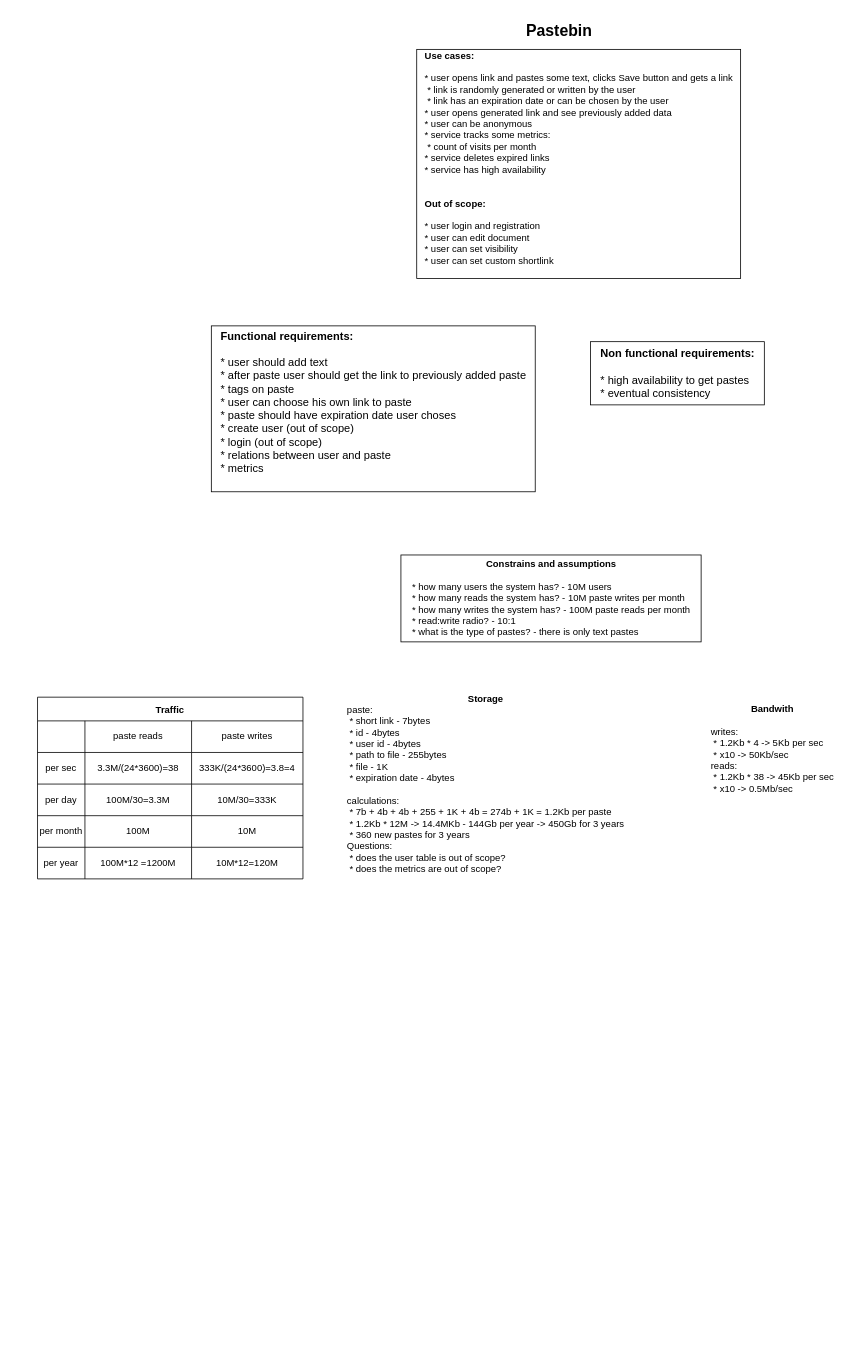
Before: src/main/resources/systemDesign/drawio/Pastebin.drawio in yakovshmidt/algo-problems, a draw.io diagram. Source tidied: cells renumbered, new cells numbered last; positions are measured from the earlier drawing's top-left corner, leaving out a move shared by most shapes. Both pictures are drawn from the tidied source at 79%, with x=0, y=0 at pixel (37, 13).
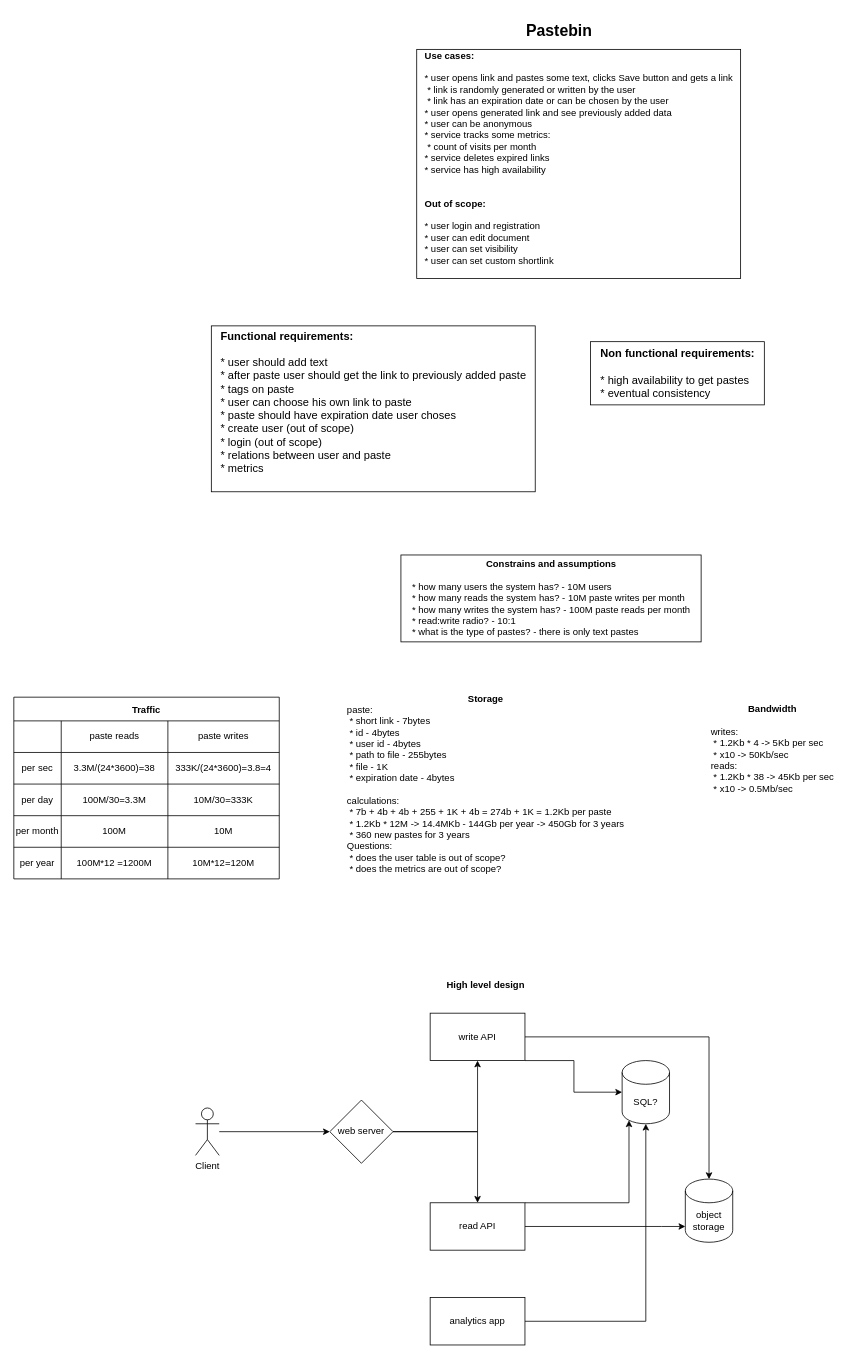
After the change.

Commit message:
feat: create high level design

Diff of the diagram source:
```diff
@@
     <mxCell id="7" value="Traffic" style="shape=table;startSize=30;childLayout=tableLayout;fontStyle=1;align=center;rounded=0;shadow=0;glass=0;sketch=0;fillStyle=auto;strokeColor=default;fillColor=default;gradientColor=none;" parent="1" vertex="1">
-      <mxGeometry y="865" width="336" height="230" as="geometry" />
+      <mxGeometry x="-30" y="865" width="336" height="230" as="geometry" />
     </mxCell>
@@
-    <mxCell id="29" value="&lt;b&gt;Bandwith&lt;/b&gt;&lt;br&gt;&lt;div style=&quot;text-align: left;&quot;&gt;&lt;br&gt;&lt;/div&gt;&lt;div style=&quot;text-align: left;&quot;&gt;writes:&lt;/div&gt;&lt;div style=&quot;text-align: left;&quot;&gt;&lt;span style=&quot;white-space: pre;&quot;&gt; * 1.2Kb * 4 -&amp;gt; 5Kb per sec&lt;/span&gt;&lt;br&gt;&lt;/div&gt;&lt;div style=&quot;text-align: left;&quot;&gt;&lt;span style=&quot;white-space: pre;&quot;&gt;&lt;span style=&quot;white-space: pre;&quot;&gt; * x10 -&amp;gt; 50Kb/sec&lt;/span&gt;&lt;br&gt;&lt;/span&gt;&lt;/div&gt;&lt;div style=&quot;text-align: left;&quot;&gt;reads:&lt;/div&gt;&lt;div style=&quot;text-align: left;&quot;&gt;&lt;span style=&quot;white-space: pre;&quot;&gt; * 1.2Kb * 38 -&amp;gt; 45Kb per sec&lt;/span&gt;&lt;br&gt;&lt;/div&gt;&lt;div style=&quot;text-align: left;&quot;&gt;&lt;span style=&quot;white-space: pre;&quot;&gt;&lt;span style=&quot;white-space: pre;&quot;&gt; * x10 -&amp;gt; 0.5Mb/sec&lt;/span&gt;&lt;br&gt;&lt;/span&gt;&lt;/div&gt;" style="text;html=1;align=center;verticalAlign=middle;strokeColor=none;fillColor=none;" parent="1" vertex="1">
+    <mxCell id="29" value="&lt;b&gt;Bandwidth&lt;/b&gt;&lt;br&gt;&lt;div style=&quot;text-align: left;&quot;&gt;&lt;br&gt;&lt;/div&gt;&lt;div style=&quot;text-align: left;&quot;&gt;writes:&lt;/div&gt;&lt;div style=&quot;text-align: left;&quot;&gt;&lt;span style=&quot;white-space: pre;&quot;&gt; * 1.2Kb * 4 -&amp;gt; 5Kb per sec&lt;/span&gt;&lt;br&gt;&lt;/div&gt;&lt;div style=&quot;text-align: left;&quot;&gt;&lt;span style=&quot;white-space: pre;&quot;&gt;&lt;span style=&quot;white-space: pre;&quot;&gt; * x10 -&amp;gt; 50Kb/sec&lt;/span&gt;&lt;br&gt;&lt;/span&gt;&lt;/div&gt;&lt;div style=&quot;text-align: left;&quot;&gt;reads:&lt;/div&gt;&lt;div style=&quot;text-align: left;&quot;&gt;&lt;span style=&quot;white-space: pre;&quot;&gt; * 1.2Kb * 38 -&amp;gt; 45Kb per sec&lt;/span&gt;&lt;br&gt;&lt;/div&gt;&lt;div style=&quot;text-align: left;&quot;&gt;&lt;span style=&quot;white-space: pre;&quot;&gt;&lt;span style=&quot;white-space: pre;&quot;&gt; * x10 -&amp;gt; 0.5Mb/sec&lt;/span&gt;&lt;br&gt;&lt;/span&gt;&lt;/div&gt;" style="text;html=1;align=center;verticalAlign=middle;strokeColor=none;fillColor=none;" parent="1" vertex="1">
       <mxGeometry x="830" y="865" width="200" height="130" as="geometry" />
     </mxCell>
+    <mxCell id="30" value="&lt;b&gt;High level design&lt;/b&gt;" style="text;html=1;align=center;verticalAlign=middle;strokeColor=none;fillColor=none;" parent="1" vertex="1">
+      <mxGeometry x="507" y="1215" width="120" height="30" as="geometry" />
+    </mxCell>
+    <mxCell id="31" value="Client" style="shape=umlActor;verticalLabelPosition=bottom;verticalAlign=top;html=1;" parent="1" vertex="1">
+      <mxGeometry x="200" y="1385" width="30" height="60" as="geometry" />
+    </mxCell>
+    <mxCell id="32" style="endArrow=classic;html=1;rounded=0;" parent="1" edge="1">
+      <mxGeometry x="-0.05" relative="1" as="geometry">
+        <mxPoint x="230" y="1415" as="sourcePoint" />
+        <mxPoint x="370" y="1415" as="targetPoint" />
+      </mxGeometry>
+    </mxCell>
+    <mxCell id="33" style="edgeStyle=orthogonalEdgeStyle;rounded=0;jettySize=auto;html=1;" parent="1" edge="1" source="35" target="38">
+      <mxGeometry relative="1" as="geometry" />
+    </mxCell>
+    <mxCell id="34" style="edgeStyle=orthogonalEdgeStyle;rounded=0;jettySize=auto;html=1;" parent="1" edge="1" source="35" target="41">
+      <mxGeometry relative="1" as="geometry" />
+    </mxCell>
+    <mxCell id="35" value="web server" style="rhombus;whiteSpace=wrap;html=1;" parent="1" vertex="1">
+      <mxGeometry x="370" y="1375" width="80" height="80" as="geometry" />
+    </mxCell>
+    <mxCell id="36" style="edgeStyle=orthogonalEdgeStyle;rounded=0;jettySize=auto;html=1;" parent="1" edge="1" source="38" target="45">
+      <mxGeometry relative="1" as="geometry" />
+    </mxCell>
+    <mxCell id="37" style="edgeStyle=orthogonalEdgeStyle;rounded=0;jettySize=auto;html=1;" parent="1" edge="1" source="38" target="44">
+      <mxGeometry relative="1" as="geometry">
+        <Array as="points">
+          <mxPoint x="679" y="1325" />
+          <mxPoint x="679" y="1365" />
+        </Array>
+      </mxGeometry>
+    </mxCell>
+    <mxCell id="38" value="write API" style="whiteSpace=wrap;html=1;" parent="1" vertex="1">
+      <mxGeometry x="497" y="1265" width="120" height="60" as="geometry" />
+    </mxCell>
+    <mxCell id="39" style="edgeStyle=orthogonalEdgeStyle;rounded=0;jettySize=auto;html=1;" parent="1" edge="1" source="41" target="45">
+      <mxGeometry relative="1" as="geometry">
+        <Array as="points">
+          <mxPoint x="790" y="1535" />
+          <mxPoint x="790" y="1535" />
+        </Array>
+      </mxGeometry>
+    </mxCell>
+    <mxCell id="40" style="edgeStyle=orthogonalEdgeStyle;rounded=0;jettySize=auto;html=1;entryX=0.145;entryY=1;entryDx=0;entryDy=-4.35;entryPerimeter=0;" parent="1" edge="1" source="41" target="44">
+      <mxGeometry relative="1" as="geometry">
+        <Array as="points">
+          <mxPoint x="749" y="1505" />
+        </Array>
+      </mxGeometry>
+    </mxCell>
+    <mxCell id="41" value="read API" style="whiteSpace=wrap;html=1;" parent="1" vertex="1">
+      <mxGeometry x="497" y="1505" width="120" height="60" as="geometry" />
+    </mxCell>
+    <mxCell id="42" style="edgeStyle=orthogonalEdgeStyle;rounded=0;jettySize=auto;html=1;entryX=0.5;entryY=1;entryDx=0;entryDy=0;entryPerimeter=0;" parent="1" edge="1" source="43" target="44">
+      <mxGeometry relative="1" as="geometry" />
+    </mxCell>
+    <mxCell id="43" value="analytics app" style="rounded=0;whiteSpace=wrap;html=1;" parent="1" vertex="1">
+      <mxGeometry x="497" y="1625" width="120" height="60" as="geometry" />
+    </mxCell>
+    <mxCell id="44" value="SQL?" style="shape=cylinder3;whiteSpace=wrap;html=1;boundedLbl=1;backgroundOutline=1;size=15;" parent="1" vertex="1">
+      <mxGeometry x="740" y="1325" width="60" height="80" as="geometry" />
+    </mxCell>
+    <mxCell id="45" value="object storage" style="shape=cylinder3;whiteSpace=wrap;html=1;boundedLbl=1;backgroundOutline=1;size=15;" parent="1" vertex="1">
+      <mxGeometry x="820" y="1475" width="60" height="80" as="geometry" />
+    </mxCell>
```
